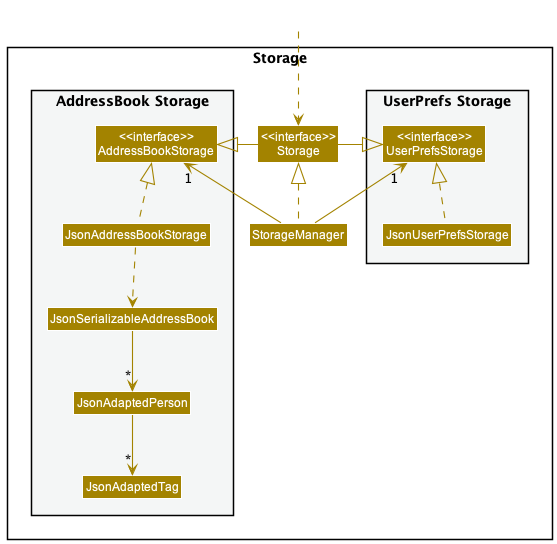
This is docs/images/StorageClassDiagram.png from nus-cs2103-AY2223S1/tp, a PlantUML export, as it was before one commit.
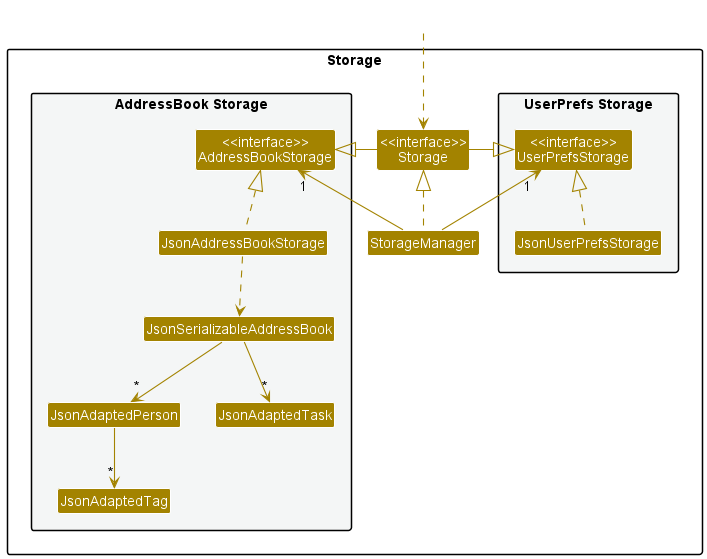
Above is the later version.

Commit message:
updates storage diagram

The edit, as a diff of the source:
```diff
@@ -19,6 +19,7 @@
 Class JsonAddressBookStorage
 Class JsonSerializableAddressBook
 Class JsonAdaptedPerson
+Class JsonAdaptedTask
 Class JsonAdaptedTag
 }
 
@@ -38,6 +39,7 @@
 JsonAddressBookStorage .up.|> AddressBookStorage
 JsonAddressBookStorage ..> JsonSerializableAddressBook
 JsonSerializableAddressBook --> "*" JsonAdaptedPerson
+JsonSerializableAddressBook --> "*" JsonAdaptedTask
 JsonAdaptedPerson --> "*" JsonAdaptedTag
 
 @enduml
```
